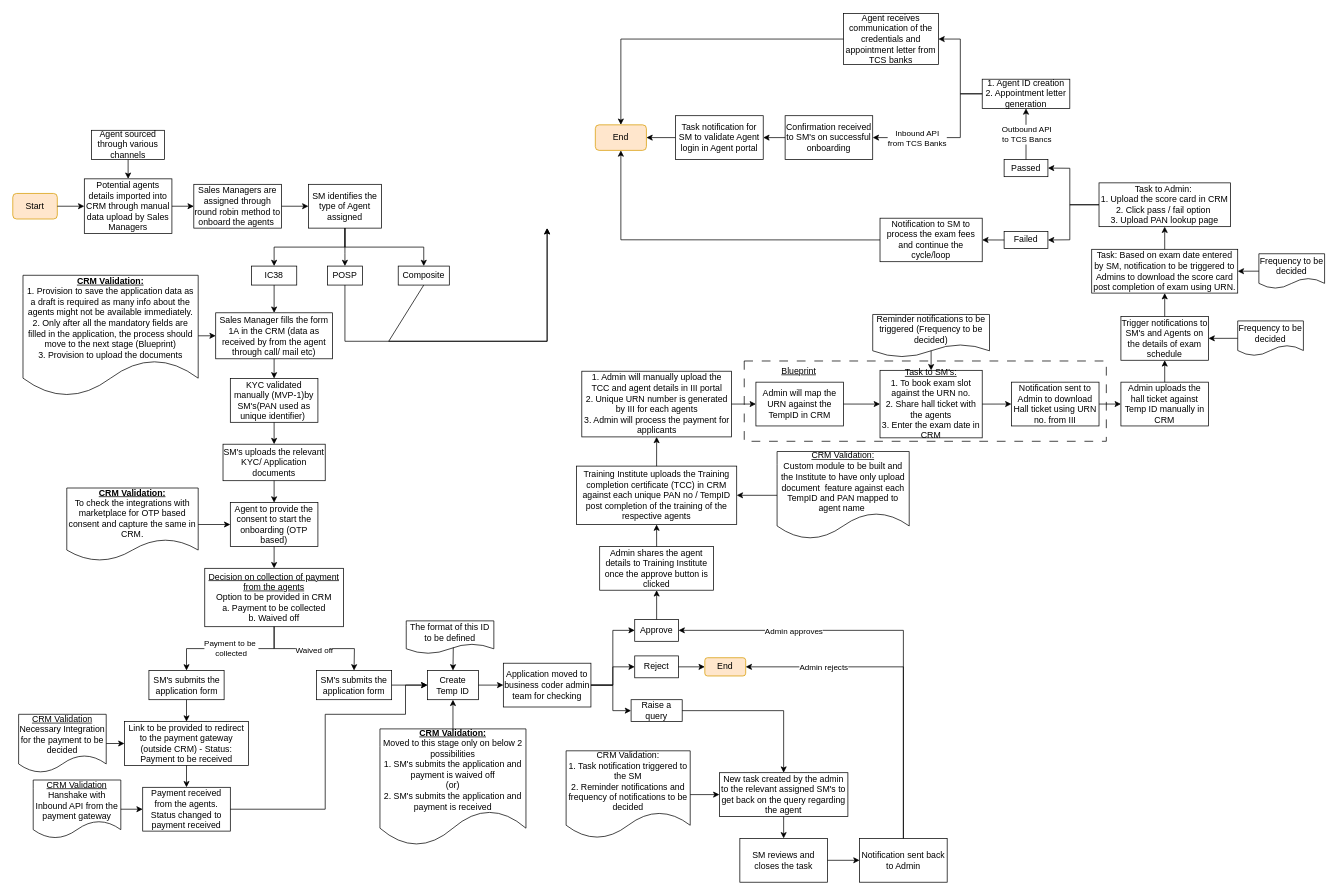
shaileshsreedar/Galaxy keeps this draw.io diagram as Agent Onboarding IC38.drawio. Above is the earlier version. Source tidied: cells renumbered, new cells numbered last; positions are measured from the earlier drawing's top-left corner, leaving out a move shared by most shapes. Both pictures are drawn from the tidied source at 73%, with x=0, y=0 at pixel (12, 13).
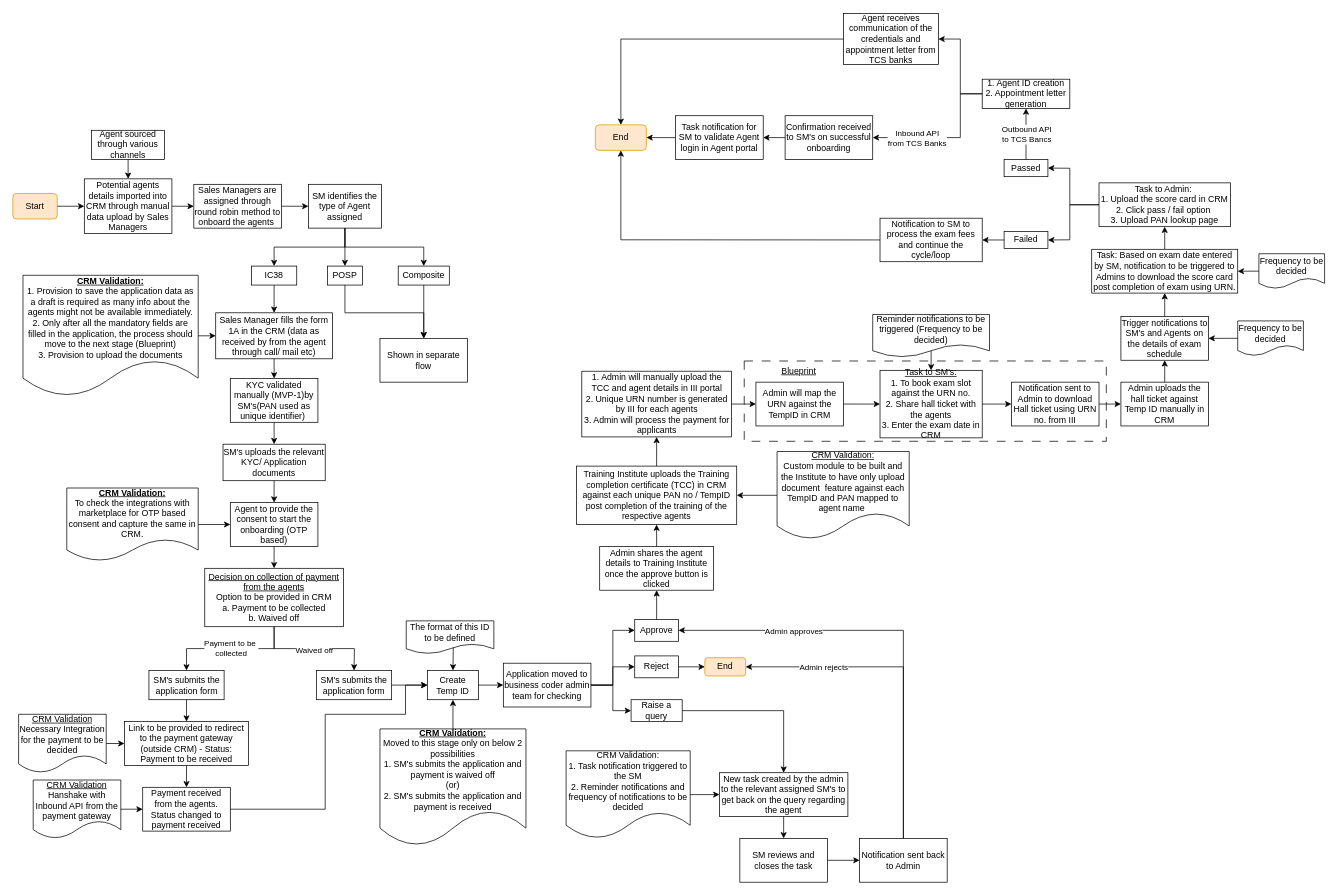
The same page after the edit.

Unchanged cells that the change refers to:
```xml
<mxCell id="10" value="POSP" style="rounded=0;whiteSpace=wrap;html=1;" parent="1" vertex="1">
  <mxGeometry x="431" y="346" width="48" height="26" as="geometry" />
</mxCell>
<mxCell id="11" value="Composite" style="rounded=0;whiteSpace=wrap;html=1;" parent="1" vertex="1">
  <mxGeometry x="528" y="346" width="70" height="26" as="geometry" />
</mxCell>
```

What changed in the source:
```diff
@@
-    <mxCell id="16" style="endArrow=classic;html=1;rounded=0;exitX=0.5;exitY=1;exitDx=0;exitDy=0;entryX=0.5;entryY=1;entryDx=0;entryDy=0;" parent="1" edge="1" source="10">
-      <mxGeometry relative="1" as="geometry">
-        <mxPoint x="732" y="294" as="targetPoint" />
-        <Array as="points">
-          <mxPoint x="455" y="449" />
-          <mxPoint x="732" y="449" />
-        </Array>
-      </mxGeometry>
-    </mxCell>
-    <mxCell id="17" style="endArrow=classic;html=1;rounded=0;exitX=0.5;exitY=1;exitDx=0;exitDy=0;entryX=0.5;entryY=1;entryDx=0;entryDy=0;" parent="1" edge="1" source="11">
-      <mxGeometry relative="1" as="geometry">
-        <mxPoint x="732" y="294" as="targetPoint" />
-        <Array as="points">
-          <mxPoint x="515" y="449" />
-          <mxPoint x="732" y="449" />
-        </Array>
-      </mxGeometry>
-    </mxCell>
@@
+    <mxCell id="126" style="endArrow=classic;html=1;rounded=0;exitX=0.5;exitY=1;exitDx=0;exitDy=0;entryX=0.5;entryY=0;entryDx=0;entryDy=0;" parent="1" edge="1" source="10" target="128">
+      <mxGeometry relative="1" as="geometry">
+        <Array as="points">
+          <mxPoint x="455" y="410" />
+          <mxPoint x="563" y="410" />
+        </Array>
+      </mxGeometry>
+    </mxCell>
+    <mxCell id="127" style="endArrow=classic;html=1;rounded=0;exitX=0.5;exitY=1;exitDx=0;exitDy=0;" parent="1" edge="1" source="11" target="128">
+      <mxGeometry relative="1" as="geometry" />
+    </mxCell>
+    <mxCell id="128" value="Shown in separate flow" style="rounded=0;whiteSpace=wrap;html=1;" parent="1" vertex="1">
+      <mxGeometry x="503" y="445" width="120" height="60" as="geometry" />
+    </mxCell>
```
